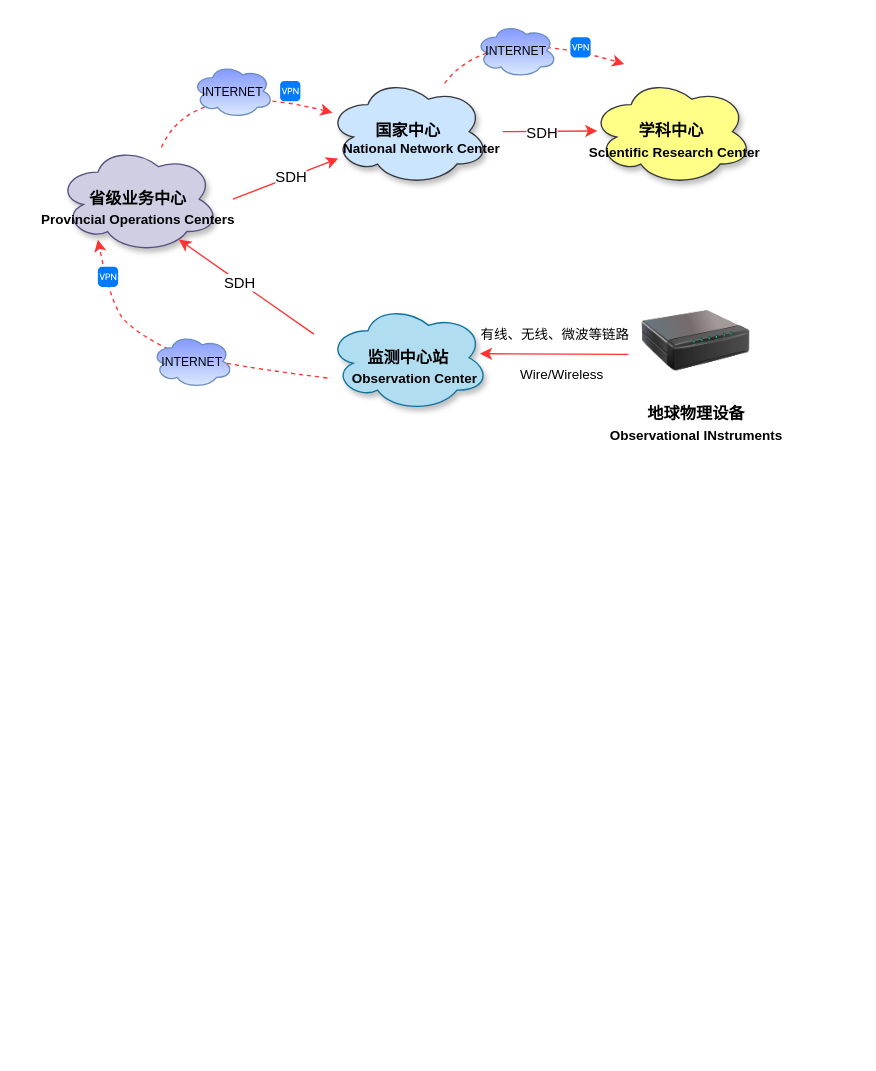
This is page "第 3 页" (3 of 5) of drawio/eq_network.drawio from raingnight/Blog_Pic, a draw.io file, before an edit. Source tidied: cells renumbered, new cells numbered last; positions are measured from the earlier drawing's top-left corner, leaving out a move shared by most shapes. Both pictures are drawn from the tidied source at 135%, with x=0, y=0 at pixel (23, 23).
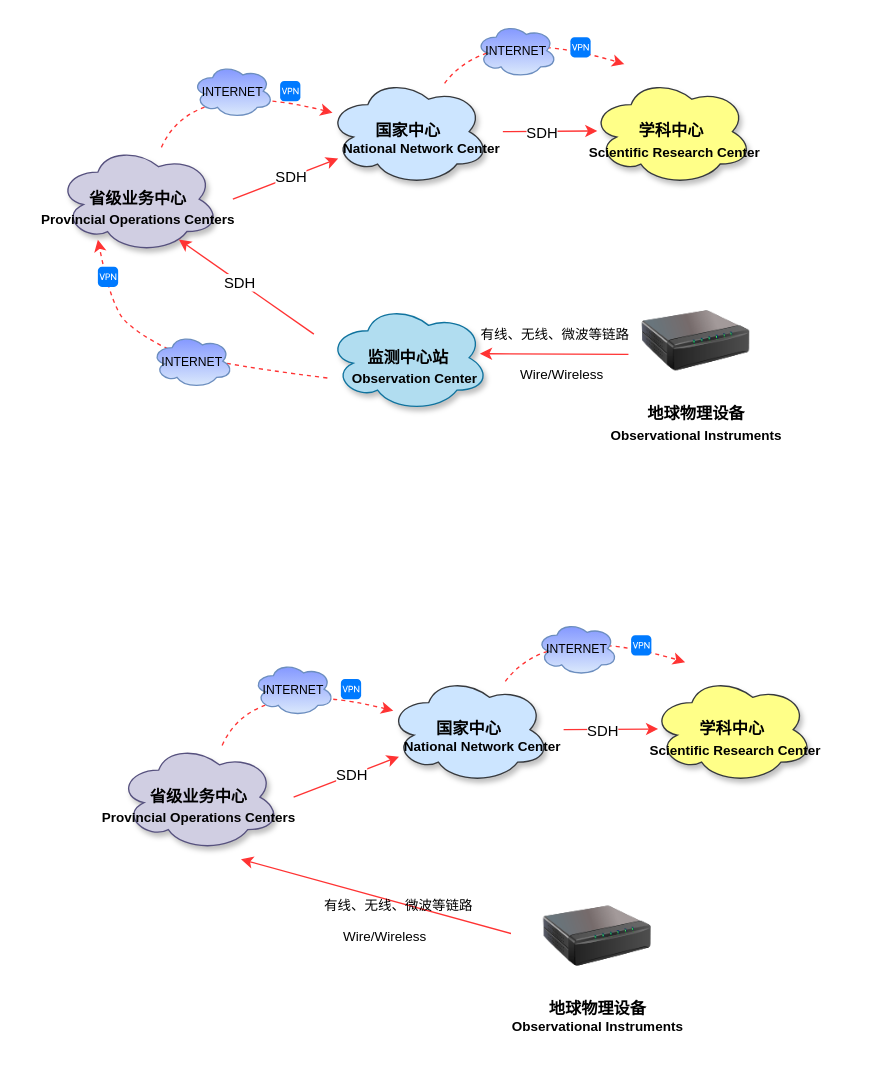
The same page after the edit.

Change to the diagram source:
```diff
@@
-    <mxCell id="28" value="&lt;font style=&quot;font-size: 10px;&quot;&gt;&lt;b&gt;Observational INstruments&lt;/b&gt;&lt;/font&gt;" style="text;html=1;strokeColor=none;fillColor=none;align=center;verticalAlign=middle;whiteSpace=wrap;rounded=0;" parent="1" vertex="1">
+    <mxCell id="28" value="&lt;font style=&quot;font-size: 10px;&quot;&gt;&lt;b&gt;Observational Instruments&lt;/b&gt;&lt;/font&gt;" style="text;html=1;strokeColor=none;fillColor=none;align=center;verticalAlign=middle;whiteSpace=wrap;rounded=0;" parent="1" vertex="1">
       <mxGeometry x="420.5" y="290" width="155" height="30" as="geometry" />
     </mxCell>
@@
+    <mxCell id="30" value="&lt;b&gt;学科中心&lt;/b&gt;" style="ellipse;shape=cloud;whiteSpace=wrap;html=1;fillColor=#ffff88;strokeColor=#36393d;shadow=1;" parent="1" vertex="1">
+      <mxGeometry x="465" y="483" width="120" height="80" as="geometry" />
+    </mxCell>
+    <mxCell id="31" value="&lt;b&gt;国家中心&lt;/b&gt;" style="ellipse;shape=cloud;whiteSpace=wrap;html=1;fillColor=#cce5ff;strokeColor=#36393d;shadow=1;" parent="1" vertex="1">
+      <mxGeometry x="270" y="483" width="120" height="80" as="geometry" />
+    </mxCell>
+    <mxCell id="32" value="&lt;b&gt;省级业务中心&lt;/b&gt;" style="ellipse;shape=cloud;whiteSpace=wrap;html=1;fillColor=#d0cee2;strokeColor=#56517e;shadow=1;" parent="1" vertex="1">
+      <mxGeometry x="70" y="533" width="120" height="80" as="geometry" />
+    </mxCell>
+    <mxCell id="33" value="&lt;b&gt;地球物理设备&lt;/b&gt;" style="image;html=1;image=img/lib/clip_art/networking/Print_Server_128x128.png;" parent="1" vertex="1">
+      <mxGeometry x="385" y="636" width="80" height="80" as="geometry" />
+    </mxCell>
+    <mxCell id="34" style="endArrow=classic;html=1;rounded=0;fillColor=#e51400;strokeColor=#FF3333;" parent="1" edge="1">
+      <mxGeometry relative="1" as="geometry">
+        <mxPoint x="361" y="674" as="sourcePoint" />
+        <mxPoint x="161" y="619" as="targetPoint" />
+      </mxGeometry>
+    </mxCell>
+    <mxCell id="35" value="&lt;font style=&quot;font-size: 10px;&quot;&gt;有线、无线、微波等链路&lt;/font&gt;" style="text;html=1;strokeColor=none;fillColor=none;align=center;verticalAlign=middle;whiteSpace=wrap;rounded=0;" parent="1" vertex="1">
+      <mxGeometry x="203" y="638" width="150" height="30" as="geometry" />
+    </mxCell>
+    <mxCell id="36" value="&lt;span style=&quot;font-size: 10px;&quot;&gt;Wire/Wireless&lt;/span&gt;" style="text;html=1;strokeColor=none;fillColor=none;align=center;verticalAlign=middle;whiteSpace=wrap;rounded=0;" parent="1" vertex="1">
+      <mxGeometry x="193" y="661" width="150" height="30" as="geometry" />
+    </mxCell>
+    <mxCell id="37" style="curved=1;endArrow=classic;html=1;rounded=0;dashed=1;fillColor=#e51400;strokeColor=#FF3333;" parent="1" edge="1" source="32" target="31">
+      <mxGeometry relative="1" as="geometry">
+        <Array as="points">
+          <mxPoint x="170" y="483" />
+        </Array>
+      </mxGeometry>
+    </mxCell>
+    <mxCell id="38" value="&lt;font style=&quot;font-size: 9px;&quot;&gt;INTERNET&lt;/font&gt;" style="ellipse;shape=cloud;whiteSpace=wrap;html=1;align=center;fillColor=#dae8fc;gradientColor=#8599FF;strokeColor=#6c8ebf;gradientDirection=north;" parent="1" vertex="1">
+      <mxGeometry x="170" y="473" width="60" height="40" as="geometry" />
+    </mxCell>
+    <mxCell id="39" style="html=1;strokeWidth=1;shadow=0;dashed=0;shape=mxgraph.ios7.misc.vpn;fillColor=#007AFF;strokeColor=none;buttonText=;strokeColor2=#222222;fontColor=#222222;fontSize=8;verticalLabelPosition=bottom;verticalAlign=top;align=center;sketch=0;" parent="1" vertex="1">
+      <mxGeometry x="235" y="485.5" width="15" height="15" as="geometry" />
+    </mxCell>
+    <mxCell id="40" style="curved=1;endArrow=classic;html=1;rounded=0;fillColor=#e51400;strokeColor=#FF3333;dashed=1;" parent="1" edge="1" source="31">
+      <mxGeometry relative="1" as="geometry">
+        <mxPoint x="490" y="473" as="targetPoint" />
+        <Array as="points">
+          <mxPoint x="390" y="443" />
+        </Array>
+      </mxGeometry>
+    </mxCell>
+    <mxCell id="41" value="&lt;font style=&quot;font-size: 9px;&quot;&gt;INTERNET&lt;/font&gt;" style="ellipse;shape=cloud;whiteSpace=wrap;html=1;align=center;fillColor=#dae8fc;gradientColor=#8599FF;strokeColor=#6c8ebf;gradientDirection=north;" parent="1" vertex="1">
+      <mxGeometry x="380" y="443" width="60" height="40" as="geometry" />
+    </mxCell>
+    <mxCell id="42" style="html=1;strokeWidth=1;shadow=0;dashed=0;shape=mxgraph.ios7.misc.vpn;fillColor=#007AFF;strokeColor=none;buttonText=;strokeColor2=#222222;fontColor=#222222;fontSize=8;verticalLabelPosition=bottom;verticalAlign=top;align=center;sketch=0;" parent="1" vertex="1">
+      <mxGeometry x="450" y="453" width="15" height="15" as="geometry" />
+    </mxCell>
+    <mxCell id="43" style="endArrow=classic;html=1;rounded=0;fillColor=#e51400;strokeColor=#FF3333;" parent="1" edge="1" target="31">
+      <mxGeometry relative="1" as="geometry">
+        <mxPoint x="200" y="573" as="sourcePoint" />
+      </mxGeometry>
+    </mxCell>
+    <mxCell id="44" value="SDH" style="edgeLabel;html=1;align=center;verticalAlign=middle;" parent="43" vertex="1">
+      <mxGeometry x="0.15" y="-1" relative="1" as="geometry">
+        <mxPoint x="-3" as="offset" />
+      </mxGeometry>
+    </mxCell>
+    <mxCell id="45" style="endArrow=classic;html=1;rounded=0;fillColor=#e51400;strokeColor=#FF3333;" parent="1" edge="1">
+      <mxGeometry relative="1" as="geometry">
+        <mxPoint x="400" y="523" as="sourcePoint" />
+        <mxPoint x="470" y="522.5" as="targetPoint" />
+      </mxGeometry>
+    </mxCell>
+    <mxCell id="46" value="SDH" style="edgeLabel;html=1;align=center;verticalAlign=middle;" parent="45" vertex="1">
+      <mxGeometry x="-0.36" relative="1" as="geometry">
+        <mxPoint x="7" y="1" as="offset" />
+      </mxGeometry>
+    </mxCell>
+    <mxCell id="47" value="&lt;font style=&quot;font-size: 10px;&quot;&gt;&lt;b&gt;Scientific Research Center&lt;/b&gt;&lt;/font&gt;" style="text;html=1;strokeColor=none;fillColor=none;align=center;verticalAlign=middle;whiteSpace=wrap;rounded=0;" parent="1" vertex="1">
+      <mxGeometry x="440" y="523" width="175" height="30" as="geometry" />
+    </mxCell>
+    <mxCell id="48" value="National Network Center" style="text;whiteSpace=wrap;fontSize=10;fontStyle=1;" parent="1" vertex="1">
+      <mxGeometry x="280" y="523" width="120" height="40" as="geometry" />
+    </mxCell>
+    <mxCell id="49" value="&lt;font style=&quot;font-size: 10px;&quot;&gt;&lt;b&gt;Observational Instruments&lt;/b&gt;&lt;/font&gt;" style="text;html=1;strokeColor=none;fillColor=none;align=center;verticalAlign=middle;whiteSpace=wrap;rounded=0;" parent="1" vertex="1">
+      <mxGeometry x="347.5" y="728" width="155" height="30" as="geometry" />
+    </mxCell>
+    <mxCell id="50" value="&lt;font style=&quot;font-size: 10px;&quot;&gt;&lt;b&gt;Provincial Operations Centers&lt;/b&gt;&lt;/font&gt;" style="text;html=1;strokeColor=none;fillColor=none;align=center;verticalAlign=middle;whiteSpace=wrap;rounded=0;" parent="1" vertex="1">
+      <mxGeometry x="45" y="573" width="170" height="30" as="geometry" />
+    </mxCell>
```
